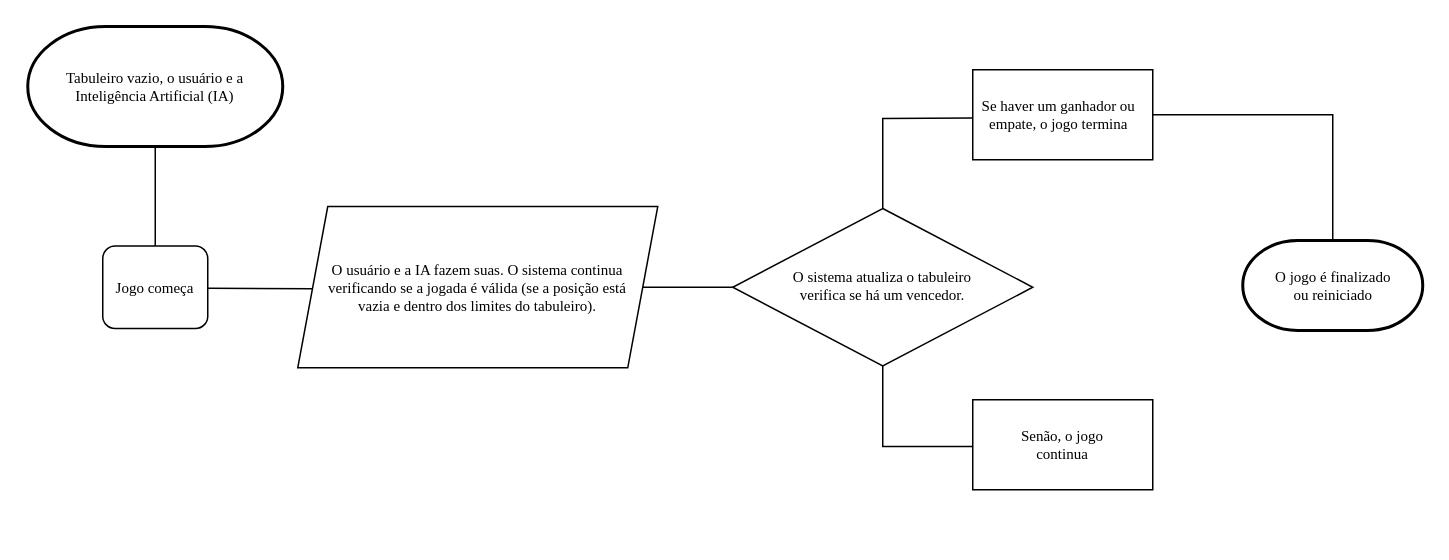
The draw.io diagram mini_projeto_3/Projeto_3/diagrama_de_fluxo_de_dados.drawio in antonioscarvalho/Projetos-Orientados-a-Objetos, before the edit. Source tidied: cells renumbered, new cells numbered last; positions are measured from the earlier drawing's top-left corner, leaving out a move shared by most shapes. Both pictures are drawn from the tidied source at 150%, with x=0, y=0 at pixel (27, 26).
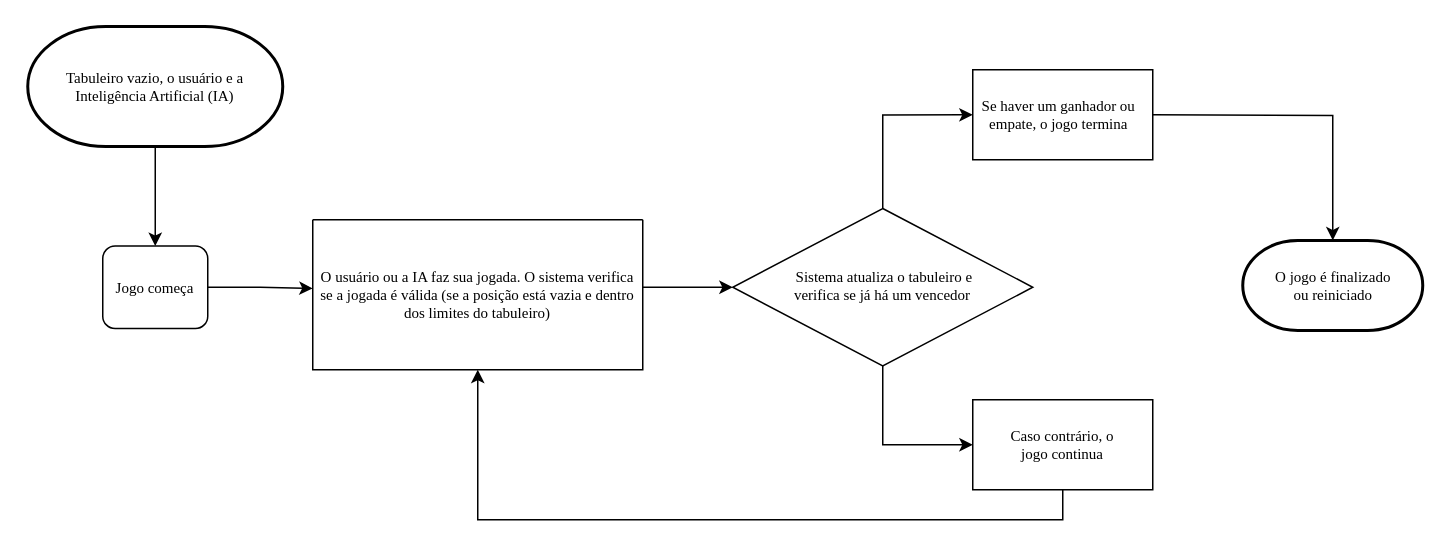
Above is the later version.

The change refers to these unchanged cells:
```xml
<mxCell id="2" style="strokeWidth=2;html=1;shape=mxgraph.flowchart.terminator;whiteSpace=wrap;fontSize=10;fontStyle=0;fontFamily=Times New Roman;verticalAlign=middle;" parent="1" vertex="1">
  <mxGeometry y="0.2" width="170" height="80" as="geometry" />
</mxCell>
<mxCell id="6" style="rounded=1;whiteSpace=wrap;html=1;fontSize=10;fontStyle=0;fontFamily=Times New Roman;verticalAlign=middle;" parent="1" vertex="1">
  <mxGeometry x="50" y="146.5" width="70" height="55" as="geometry" />
</mxCell>
<mxCell id="10" style="rhombus;whiteSpace=wrap;html=1;fontSize=10;fontStyle=0;fontFamily=Times New Roman;verticalAlign=middle;" parent="1" vertex="1">
  <mxGeometry x="470" y="121.5" width="200" height="105" as="geometry" />
</mxCell>
<mxCell id="16" style="rounded=0;whiteSpace=wrap;html=1;fontSize=10;fontStyle=0;fontFamily=Times New Roman;verticalAlign=middle;" parent="1" vertex="1">
  <mxGeometry x="630" y="249" width="120" height="60" as="geometry" />
</mxCell>
<mxCell id="17" value="Se haver um ganhador ou empate, o jogo termina" style="text;html=1;strokeColor=none;fillColor=none;align=center;verticalAlign=middle;whiteSpace=wrap;rounded=0;fontSize=10;fontStyle=0;fontFamily=Times New Roman;" parent="1" vertex="1">
  <mxGeometry x="630" y="37.8" width="115" height="42.5" as="geometry" />
</mxCell>
<mxCell id="19" style="strokeWidth=2;html=1;shape=mxgraph.flowchart.terminator;whiteSpace=wrap;" parent="1" vertex="1">
  <mxGeometry x="810" y="142.8" width="120" height="60" as="geometry" />
</mxCell>
```

What changed in the source:
```diff
@@
+    <mxCell id="9" style="edgeStyle=orthogonalEdgeStyle;rounded=0;jettySize=auto;html=1;entryX=0.5;entryY=0;entryDx=0;entryDy=0;" parent="1" edge="1" source="2" target="6">
+      <mxGeometry relative="1" as="geometry" />
+    </mxCell>
@@
-    <mxCell id="4" style="shape=parallelogram;perimeter=parallelogramPerimeter;whiteSpace=wrap;html=1;fixedSize=1;fontSize=10;fontStyle=0;fontFamily=Times New Roman;verticalAlign=middle;" parent="1" vertex="1">
-      <mxGeometry x="180" y="120.2" width="240" height="107.5" as="geometry" />
-    </mxCell>
-    <mxCell id="5" value="O usuário e a IA fazem suas. O sistema continua verificando se a jogada é válida (se a posição está vazia e dentro dos limites do tabuleiro)." style="text;html=1;strokeColor=none;fillColor=none;align=center;verticalAlign=middle;whiteSpace=wrap;rounded=0;fontSize=10;fontStyle=0;fontFamily=Times New Roman;" parent="1" vertex="1">
-      <mxGeometry x="190" y="134" width="220" height="80" as="geometry" />
-    </mxCell>
@@
-    <mxCell id="8" style="endArrow=none;html=1;rounded=0;fontSize=10;fontStyle=0;fontFamily=Times New Roman;verticalAlign=middle;" parent="1" edge="1">
-      <mxGeometry relative="1" as="geometry">
-        <mxPoint x="120" y="174.6" as="sourcePoint" />
-        <mxPoint x="190" y="175" as="targetPoint" />
-      </mxGeometry>
-    </mxCell>
-    <mxCell id="9" style="endArrow=none;html=1;rounded=0;entryX=0.5;entryY=0;entryDx=0;entryDy=0;exitX=0.5;exitY=1;exitDx=0;exitDy=0;exitPerimeter=0;fontSize=10;fontStyle=0;fontFamily=Times New Roman;verticalAlign=middle;" parent="1" edge="1" source="2" target="6">
-      <mxGeometry relative="1" as="geometry" />
-    </mxCell>
+    <mxCell id="22" style="edgeStyle=orthogonalEdgeStyle;rounded=0;jettySize=auto;html=1;entryX=0;entryY=0.5;entryDx=0;entryDy=0;" parent="1" edge="1" source="10" target="17">
+      <mxGeometry relative="1" as="geometry" />
+    </mxCell>
+    <mxCell id="23" style="edgeStyle=orthogonalEdgeStyle;rounded=0;jettySize=auto;html=1;entryX=0;entryY=0.5;entryDx=0;entryDy=0;" parent="1" edge="1" source="10" target="16">
+      <mxGeometry relative="1" as="geometry" />
+    </mxCell>
@@
-    <mxCell id="11" style="endArrow=none;html=1;rounded=0;entryX=0;entryY=0.5;entryDx=0;entryDy=0;exitX=1;exitY=0.5;exitDx=0;exitDy=0;fontSize=10;fontStyle=0;fontFamily=Times New Roman;verticalAlign=middle;" parent="1" edge="1" source="4" target="10">
-      <mxGeometry relative="1" as="geometry" />
-    </mxCell>
-    <mxCell id="12" value="O sistema atualiza o tabuleiro verifica se há um vencedor." style="text;html=1;strokeColor=none;fillColor=none;align=center;verticalAlign=middle;whiteSpace=wrap;rounded=0;fontSize=10;fontStyle=0;fontFamily=Times New Roman;" parent="1" vertex="1">
+    <mxCell id="12" value="&amp;nbsp;Sistema atualiza o tabuleiro e verifica se já há um vencedor" style="text;html=1;strokeColor=none;fillColor=none;align=center;verticalAlign=middle;whiteSpace=wrap;rounded=0;fontSize=10;fontStyle=0;fontFamily=Times New Roman;" parent="1" vertex="1">
       <mxGeometry x="505" y="162.8" width="130" height="20" as="geometry" />
     </mxCell>
-    <mxCell id="13" style="endArrow=none;html=1;rounded=0;fontSize=10;fontStyle=0;fontFamily=Times New Roman;verticalAlign=middle;" parent="1" edge="1">
-      <mxGeometry relative="1" as="geometry">
-        <mxPoint x="570" y="121.5" as="sourcePoint" />
-        <mxPoint x="630" y="61.2" as="targetPoint" />
-        <Array as="points">
-          <mxPoint x="570" y="61.5" />
-        </Array>
-      </mxGeometry>
-    </mxCell>
-    <mxCell id="14" style="endArrow=none;html=1;rounded=0;fontSize=10;fontStyle=0;fontFamily=Times New Roman;verticalAlign=middle;" parent="1" edge="1">
-      <mxGeometry relative="1" as="geometry">
-        <mxPoint x="630" y="280.2" as="sourcePoint" />
-        <mxPoint x="570" y="226.5" as="targetPoint" />
-        <Array as="points">
-          <mxPoint x="570" y="280.2" />
-        </Array>
-      </mxGeometry>
-    </mxCell>
@@
+    <mxCell id="24" style="edgeStyle=orthogonalEdgeStyle;rounded=0;jettySize=auto;html=1;" parent="1" edge="1" target="19">
+      <mxGeometry relative="1" as="geometry">
+        <mxPoint x="750" y="59" as="sourcePoint" />
+      </mxGeometry>
+    </mxCell>
@@
-    <mxCell id="18" value="Senão, o jogo continua" style="text;html=1;strokeColor=none;fillColor=none;align=center;verticalAlign=middle;whiteSpace=wrap;rounded=0;fontSize=10;fontStyle=0;fontFamily=Times New Roman;" parent="1" vertex="1">
+    <mxCell id="18" value="Caso contrário, o jogo continua" style="text;html=1;strokeColor=none;fillColor=none;align=center;verticalAlign=middle;whiteSpace=wrap;rounded=0;fontSize=10;fontStyle=0;fontFamily=Times New Roman;" parent="1" vertex="1">
       <mxGeometry x="645" y="264" width="90" height="30" as="geometry" />
     </mxCell>
@@
-    <mxCell id="21" style="endArrow=none;html=1;rounded=0;entryX=0.5;entryY=0;entryDx=0;entryDy=0;entryPerimeter=0;fontSize=10;fontStyle=0;fontFamily=Times New Roman;verticalAlign=middle;" parent="1" edge="1">
-      <mxGeometry relative="1" as="geometry">
-        <mxPoint x="750" y="59" as="sourcePoint" />
-        <mxPoint x="870" y="142.8" as="targetPoint" />
-        <Array as="points">
-          <mxPoint x="870" y="59" />
-        </Array>
-      </mxGeometry>
-    </mxCell>
+    <mxCell id="25" style="swimlane;startSize=0;" parent="1" vertex="1">
+      <mxGeometry x="190" y="129" width="220" height="100" as="geometry" />
+    </mxCell>
+    <mxCell id="5" value="O usuário ou a IA faz sua jogada. O sistema verifica se a jogada é válida (se a posição está vazia e dentro dos limites do tabuleiro)" style="text;html=1;strokeColor=none;fillColor=none;align=center;verticalAlign=middle;whiteSpace=wrap;rounded=0;fontSize=10;fontStyle=0;fontFamily=Times New Roman;" parent="25" vertex="1">
+      <mxGeometry y="10" width="220" height="80" as="geometry" />
+    </mxCell>
+    <mxCell id="26" style="edgeStyle=orthogonalEdgeStyle;rounded=0;jettySize=auto;html=1;entryX=0.364;entryY=1;entryDx=0;entryDy=0;entryPerimeter=0;exitX=0.5;exitY=1;exitDx=0;exitDy=0;" parent="1" edge="1" source="16">
+      <mxGeometry relative="1" as="geometry">
+        <mxPoint x="300" y="229" as="targetPoint" />
+        <Array as="points">
+          <mxPoint x="690" y="329" />
+          <mxPoint x="300" y="329" />
+        </Array>
+      </mxGeometry>
+    </mxCell>
+    <mxCell id="27" style="edgeStyle=orthogonalEdgeStyle;rounded=0;jettySize=auto;html=1;" parent="1" edge="1" source="5" target="10">
+      <mxGeometry relative="1" as="geometry">
+        <Array as="points">
+          <mxPoint x="420" y="174" />
+          <mxPoint x="420" y="174" />
+        </Array>
+      </mxGeometry>
+    </mxCell>
+    <mxCell id="28" style="edgeStyle=orthogonalEdgeStyle;rounded=0;jettySize=auto;html=1;entryX=0;entryY=0.447;entryDx=0;entryDy=0;entryPerimeter=0;" parent="1" edge="1" source="6" target="5">
+      <mxGeometry relative="1" as="geometry" />
+    </mxCell>
```
